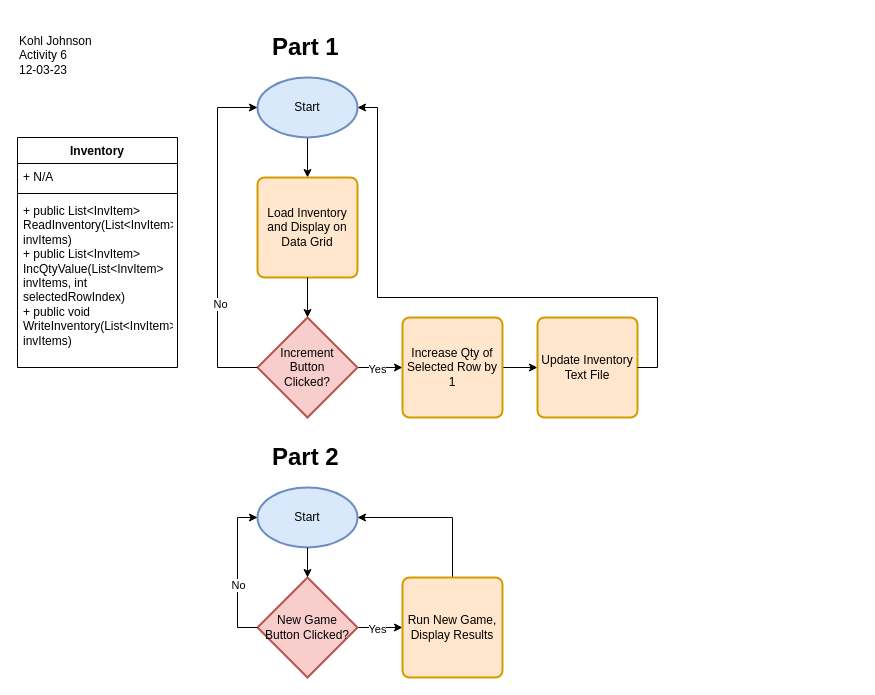
Earlier version of the draw.io diagram CST-150 (C#)/Activity 6/Activity7Part1.drawio (Kohl2233/KohlGCU). Source tidied: cells renumbered, new cells numbered last; positions are measured from the earlier drawing's top-left corner, leaving out a move shared by most shapes. Both pictures are drawn from the tidied source at 100%, with x=0, y=0 at pixel (17, 27).
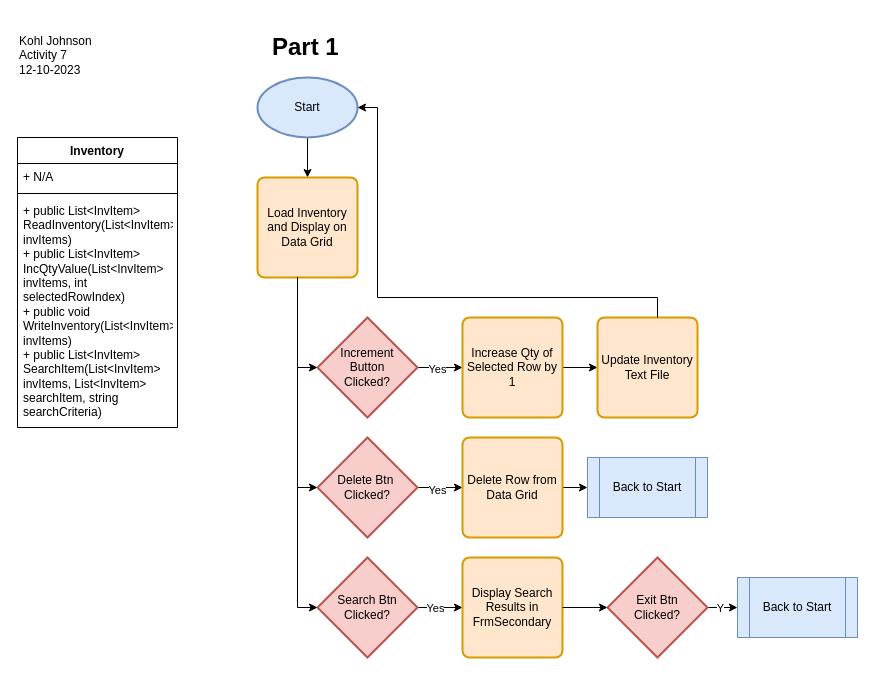
The same diagram, later.

Unchanged cells that the change refers to:
```xml
<mxCell id="7" value="Start" style="strokeWidth=2;html=1;shape=mxgraph.flowchart.start_1;whiteSpace=wrap;fillColor=#dae8fc;strokeColor=#6c8ebf;" parent="1" vertex="1">
  <mxGeometry x="240" y="50" width="100" height="60" as="geometry" />
</mxCell>
<mxCell id="8" value="Load Inventory and Display on Data Grid" style="rounded=1;whiteSpace=wrap;html=1;absoluteArcSize=1;arcSize=14;strokeWidth=2;fillColor=#ffe6cc;strokeColor=#d79b00;" parent="1" vertex="1">
  <mxGeometry x="240" y="150" width="100" height="100" as="geometry" />
</mxCell>
```

What changed in the source:
```diff
@@
     <mxCell id="2" value="Inventory" style="swimlane;fontStyle=1;align=center;verticalAlign=top;horizontal=1;startSize=26;whiteSpace=wrap;html=1;" parent="1" vertex="1">
-      <mxGeometry y="110" width="160" height="230" as="geometry" />
+      <mxGeometry y="110" width="160" height="290" as="geometry" />
     </mxCell>
@@
-    <mxCell id="5" value="+ public List&amp;lt;InvItem&amp;gt; ReadInventory(List&amp;lt;InvItem&amp;gt; invItems)&lt;br&gt;+ public List&amp;lt;InvItem&amp;gt; IncQtyValue(List&amp;lt;InvItem&amp;gt; invItems, int selectedRowIndex)&lt;br&gt;+ public void WriteInventory(List&amp;lt;InvItem&amp;gt; invItems)" style="text;strokeColor=none;fillColor=none;align=left;verticalAlign=top;spacingLeft=4;spacingRight=4;overflow=hidden;whiteSpace=wrap;html=1;" parent="2" vertex="1">
-      <mxGeometry y="60" width="160" height="170" as="geometry" />
+    <mxCell id="5" value="+ public List&amp;lt;InvItem&amp;gt; ReadInventory(List&amp;lt;InvItem&amp;gt; invItems)&lt;br&gt;+ public List&amp;lt;InvItem&amp;gt; IncQtyValue(List&amp;lt;InvItem&amp;gt; invItems, int selectedRowIndex)&lt;br&gt;+ public void WriteInventory(List&amp;lt;InvItem&amp;gt; invItems)&lt;br&gt;+ public List&amp;lt;InvItem&amp;gt; SearchItem(List&amp;lt;InvItem&amp;gt; invItems, List&amp;lt;InvItem&amp;gt; searchItem, string searchCriteria)" style="text;strokeColor=none;fillColor=none;align=left;verticalAlign=top;spacingLeft=4;spacingRight=4;overflow=hidden;whiteSpace=wrap;html=1;" parent="2" vertex="1">
+      <mxGeometry y="60" width="160" height="230" as="geometry" />
     </mxCell>
@@
     <mxCell id="11" value="Increment&lt;br&gt;Button&lt;br&gt;Clicked?" style="strokeWidth=2;html=1;shape=mxgraph.flowchart.decision;whiteSpace=wrap;fillColor=#f8cecc;strokeColor=#b85450;" parent="1" vertex="1">
-      <mxGeometry x="240" y="290" width="100" height="100" as="geometry" />
+      <mxGeometry x="300" y="290" width="100" height="100" as="geometry" />
     </mxCell>
-    <mxCell id="12" style="edgeStyle=orthogonalEdgeStyle;rounded=0;jettySize=auto;html=1;entryX=0.5;entryY=0;entryDx=0;entryDy=0;entryPerimeter=0;" parent="1" edge="1" source="8" target="11">
-      <mxGeometry relative="1" as="geometry" />
-    </mxCell>
@@
     <mxCell id="14" value="Increase Qty of Selected Row by 1" style="rounded=1;whiteSpace=wrap;html=1;absoluteArcSize=1;arcSize=14;strokeWidth=2;fillColor=#ffe6cc;strokeColor=#d79b00;" parent="1" vertex="1">
-      <mxGeometry x="385" y="290" width="100" height="100" as="geometry" />
+      <mxGeometry x="445" y="290" width="100" height="100" as="geometry" />
     </mxCell>
-    <mxCell id="15" style="edgeStyle=orthogonalEdgeStyle;rounded=0;jettySize=auto;html=1;entryX=0;entryY=0.5;entryDx=0;entryDy=0;entryPerimeter=0;" parent="1" edge="1" source="11" target="7">
-      <mxGeometry relative="1" as="geometry">
-        <Array as="points">
-          <mxPoint x="200" y="340" />
-          <mxPoint x="200" y="80" />
-        </Array>
-      </mxGeometry>
-    </mxCell>
-    <mxCell id="16" value="No" style="edgeLabel;html=1;align=center;verticalAlign=middle;" parent="15" vertex="1">
-      <mxGeometry x="-0.39" y="-2" relative="1" as="geometry" />
-    </mxCell>
     <mxCell id="17" value="Update Inventory Text File" style="rounded=1;whiteSpace=wrap;html=1;absoluteArcSize=1;arcSize=14;strokeWidth=2;fillColor=#ffe6cc;strokeColor=#d79b00;" parent="1" vertex="1">
-      <mxGeometry x="520" y="290" width="100" height="100" as="geometry" />
+      <mxGeometry x="580" y="290" width="100" height="100" as="geometry" />
     </mxCell>
@@
-    <mxCell id="19" value="Kohl Johnson&lt;br&gt;Activity 6&lt;br&gt;12-03-23" style="text;html=1;strokeColor=none;fillColor=none;align=left;verticalAlign=top;whiteSpace=wrap;rounded=0;" parent="1" vertex="1">
+    <mxCell id="19" value="Kohl Johnson&lt;br&gt;Activity 7&lt;br&gt;12-10-2023" style="text;html=1;strokeColor=none;fillColor=none;align=left;verticalAlign=top;whiteSpace=wrap;rounded=0;" parent="1" vertex="1">
       <mxGeometry width="160" height="70" as="geometry" />
     </mxCell>
@@
-    <mxCell id="21" value="Start" style="strokeWidth=2;html=1;shape=mxgraph.flowchart.start_1;whiteSpace=wrap;fillColor=#dae8fc;strokeColor=#6c8ebf;" parent="1" vertex="1">
-      <mxGeometry x="240" y="460" width="100" height="60" as="geometry" />
-    </mxCell>
-    <mxCell id="22" style="edgeStyle=orthogonalEdgeStyle;rounded=0;jettySize=auto;html=1;entryX=0;entryY=0.5;entryDx=0;entryDy=0;" parent="1" edge="1" source="24" target="26">
-      <mxGeometry relative="1" as="geometry" />
-    </mxCell>
-    <mxCell id="23" value="Yes" style="edgeLabel;html=1;align=center;verticalAlign=middle;" parent="22" vertex="1">
-      <mxGeometry x="-0.15" y="-1" relative="1" as="geometry" />
-    </mxCell>
-    <mxCell id="24" value="New Game&lt;br&gt;Button Clicked?" style="strokeWidth=2;html=1;shape=mxgraph.flowchart.decision;whiteSpace=wrap;fillColor=#f8cecc;strokeColor=#b85450;" parent="1" vertex="1">
-      <mxGeometry x="240" y="550" width="100" height="100" as="geometry" />
-    </mxCell>
-    <mxCell id="25" style="edgeStyle=orthogonalEdgeStyle;rounded=0;jettySize=auto;html=1;entryX=1;entryY=0.5;entryDx=0;entryDy=0;entryPerimeter=0;" parent="1" edge="1" source="26" target="21">
-      <mxGeometry relative="1" as="geometry">
-        <Array as="points">
-          <mxPoint x="435" y="490" />
-        </Array>
-      </mxGeometry>
-    </mxCell>
-    <mxCell id="26" value="Run New Game, Display Results" style="rounded=1;whiteSpace=wrap;html=1;absoluteArcSize=1;arcSize=14;strokeWidth=2;fillColor=#ffe6cc;strokeColor=#d79b00;" parent="1" vertex="1">
-      <mxGeometry x="385" y="550" width="100" height="100" as="geometry" />
-    </mxCell>
-    <mxCell id="27" value="&lt;h1&gt;Part 2&lt;/h1&gt;" style="text;html=1;strokeColor=none;fillColor=none;spacing=5;spacingTop=-20;whiteSpace=wrap;overflow=hidden;rounded=0;" parent="1" vertex="1">
-      <mxGeometry x="250" y="410" width="80" height="40" as="geometry" />
-    </mxCell>
-    <mxCell id="28" style="edgeStyle=orthogonalEdgeStyle;rounded=0;jettySize=auto;html=1;entryX=0.5;entryY=0;entryDx=0;entryDy=0;entryPerimeter=0;" parent="1" edge="1" source="21" target="24">
-      <mxGeometry relative="1" as="geometry" />
-    </mxCell>
-    <mxCell id="29" style="edgeStyle=orthogonalEdgeStyle;rounded=0;jettySize=auto;html=1;entryX=0;entryY=0.5;entryDx=0;entryDy=0;entryPerimeter=0;" parent="1" edge="1" source="24" target="21">
-      <mxGeometry relative="1" as="geometry">
-        <Array as="points">
-          <mxPoint x="220" y="600" />
-          <mxPoint x="220" y="490" />
-        </Array>
-      </mxGeometry>
-    </mxCell>
-    <mxCell id="30" value="No" style="edgeLabel;html=1;align=center;verticalAlign=middle;" parent="29" vertex="1">
-      <mxGeometry x="-0.16" relative="1" as="geometry" />
-    </mxCell>
+    <mxCell id="31" style="edgeStyle=orthogonalEdgeStyle;rounded=0;jettySize=auto;html=1;entryX=0;entryY=0.5;entryDx=0;entryDy=0;" parent="1" edge="1" source="33" target="40">
+      <mxGeometry relative="1" as="geometry" />
+    </mxCell>
+    <mxCell id="32" value="Yes" style="edgeLabel;html=1;align=center;verticalAlign=middle;" parent="31" vertex="1">
+      <mxGeometry x="-0.14" y="-2" relative="1" as="geometry" />
+    </mxCell>
+    <mxCell id="33" value="Delete Btn&amp;nbsp;&lt;br&gt;Clicked?" style="strokeWidth=2;html=1;shape=mxgraph.flowchart.decision;whiteSpace=wrap;fillColor=#f8cecc;strokeColor=#b85450;" parent="1" vertex="1">
+      <mxGeometry x="300" y="410" width="100" height="100" as="geometry" />
+    </mxCell>
+    <mxCell id="12" style="edgeStyle=orthogonalEdgeStyle;rounded=0;jettySize=auto;html=1;entryX=0;entryY=0.5;entryDx=0;entryDy=0;entryPerimeter=0;" parent="1" edge="1" source="8" target="11">
+      <mxGeometry relative="1" as="geometry">
+        <Array as="points">
+          <mxPoint x="280" y="340" />
+        </Array>
+      </mxGeometry>
+    </mxCell>
+    <mxCell id="34" style="edgeStyle=orthogonalEdgeStyle;rounded=0;jettySize=auto;html=1;entryX=0;entryY=0.5;entryDx=0;entryDy=0;entryPerimeter=0;" parent="1" edge="1" source="8" target="33">
+      <mxGeometry relative="1" as="geometry">
+        <Array as="points">
+          <mxPoint x="280" y="460" />
+        </Array>
+      </mxGeometry>
+    </mxCell>
+    <mxCell id="35" style="edgeStyle=orthogonalEdgeStyle;rounded=0;jettySize=auto;html=1;entryX=0;entryY=0.5;entryDx=0;entryDy=0;" parent="1" edge="1" source="37" target="41">
+      <mxGeometry relative="1" as="geometry" />
+    </mxCell>
+    <mxCell id="36" value="Yes" style="edgeLabel;html=1;align=center;verticalAlign=middle;" parent="35" vertex="1">
+      <mxGeometry x="-0.24" relative="1" as="geometry" />
+    </mxCell>
+    <mxCell id="37" value="Search Btn&lt;br&gt;Clicked?" style="strokeWidth=2;html=1;shape=mxgraph.flowchart.decision;whiteSpace=wrap;fillColor=#f8cecc;strokeColor=#b85450;" parent="1" vertex="1">
+      <mxGeometry x="300" y="530" width="100" height="100" as="geometry" />
+    </mxCell>
+    <mxCell id="38" style="edgeStyle=orthogonalEdgeStyle;rounded=0;jettySize=auto;html=1;entryX=0;entryY=0.5;entryDx=0;entryDy=0;entryPerimeter=0;" parent="1" edge="1" source="8" target="37">
+      <mxGeometry relative="1" as="geometry">
+        <Array as="points">
+          <mxPoint x="280" y="580" />
+        </Array>
+      </mxGeometry>
+    </mxCell>
+    <mxCell id="39" style="edgeStyle=orthogonalEdgeStyle;rounded=0;jettySize=auto;html=1;entryX=0;entryY=0.5;entryDx=0;entryDy=0;" parent="1" edge="1" source="40" target="46">
+      <mxGeometry relative="1" as="geometry" />
+    </mxCell>
+    <mxCell id="40" value="Delete Row from Data Grid" style="rounded=1;whiteSpace=wrap;html=1;absoluteArcSize=1;arcSize=14;strokeWidth=2;fillColor=#ffe6cc;strokeColor=#d79b00;" parent="1" vertex="1">
+      <mxGeometry x="445" y="410" width="100" height="100" as="geometry" />
+    </mxCell>
+    <mxCell id="41" value="Display Search Results in FrmSecondary" style="rounded=1;whiteSpace=wrap;html=1;absoluteArcSize=1;arcSize=14;strokeWidth=2;fillColor=#ffe6cc;strokeColor=#d79b00;" parent="1" vertex="1">
+      <mxGeometry x="445" y="530" width="100" height="100" as="geometry" />
+    </mxCell>
+    <mxCell id="42" style="edgeStyle=orthogonalEdgeStyle;rounded=0;jettySize=auto;html=1;entryX=0;entryY=0.5;entryDx=0;entryDy=0;" parent="1" edge="1" source="44" target="47">
+      <mxGeometry relative="1" as="geometry" />
+    </mxCell>
+    <mxCell id="43" value="Y" style="edgeLabel;html=1;align=center;verticalAlign=middle;" parent="42" vertex="1">
+      <mxGeometry x="0.12" relative="1" as="geometry" />
+    </mxCell>
+    <mxCell id="44" value="Exit Btn&lt;br&gt;Clicked?" style="strokeWidth=2;html=1;shape=mxgraph.flowchart.decision;whiteSpace=wrap;fillColor=#f8cecc;strokeColor=#b85450;" parent="1" vertex="1">
+      <mxGeometry x="590" y="530" width="100" height="100" as="geometry" />
+    </mxCell>
+    <mxCell id="45" style="edgeStyle=orthogonalEdgeStyle;rounded=0;jettySize=auto;html=1;entryX=0;entryY=0.5;entryDx=0;entryDy=0;entryPerimeter=0;" parent="1" edge="1" source="41" target="44">
+      <mxGeometry relative="1" as="geometry" />
+    </mxCell>
+    <mxCell id="46" value="Back to Start" style="shape=process;whiteSpace=wrap;html=1;backgroundOutline=1;fillColor=#dae8fc;strokeColor=#6c8ebf;" parent="1" vertex="1">
+      <mxGeometry x="570" y="430" width="120" height="60" as="geometry" />
+    </mxCell>
+    <mxCell id="47" value="Back to Start" style="shape=process;whiteSpace=wrap;html=1;backgroundOutline=1;fillColor=#dae8fc;strokeColor=#6c8ebf;" parent="1" vertex="1">
+      <mxGeometry x="720" y="550" width="120" height="60" as="geometry" />
+    </mxCell>
```
